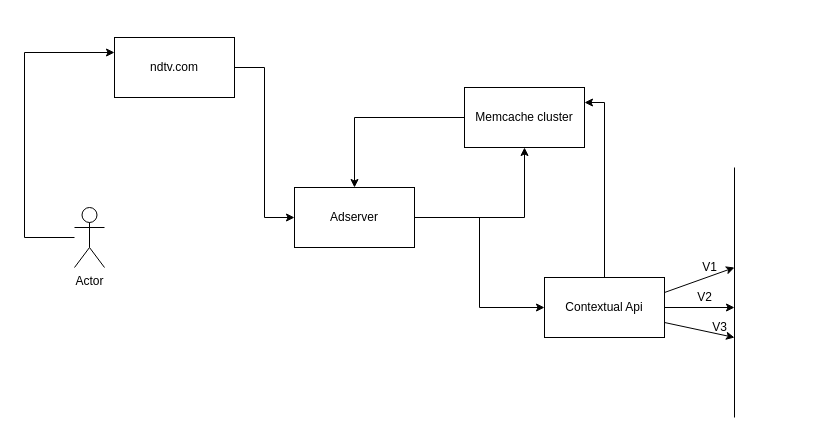
Earlier version of the draw.io diagram old_arch.drawio (ashtnemi448/Ashtnemi-System-Design). Source tidied: cells renumbered, new cells numbered last; positions are measured from the earlier drawing's top-left corner, leaving out a move shared by most shapes. Both pictures are drawn from the tidied source at 100%, with x=0, y=0 at pixel (24, 37).
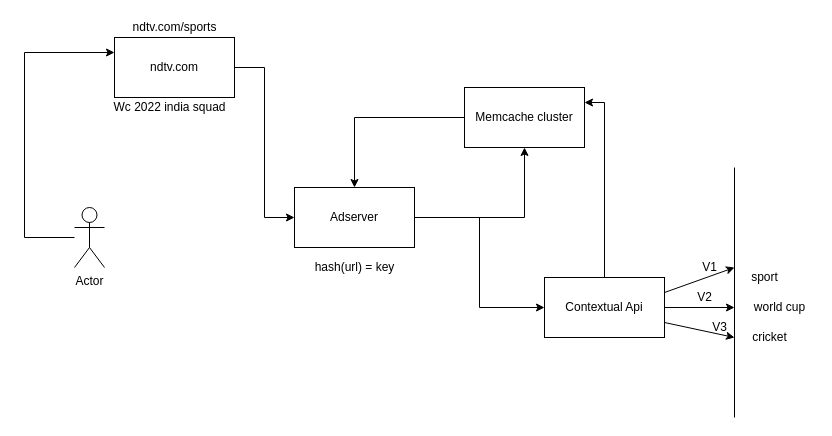
The same diagram, later.

The edit, as a diff of the source:
```diff
@@
+    <mxCell id="20" value="ndtv.com/sports" style="text;html=1;align=center;verticalAlign=middle;strokeColor=none;fillColor=none;" parent="1" vertex="1">
+      <mxGeometry x="100" y="-20" width="100" height="20" as="geometry" />
+    </mxCell>
+    <mxCell id="21" value="Wc 2022 india squad" style="text;html=1;align=center;verticalAlign=middle;strokeColor=none;fillColor=none;" parent="1" vertex="1">
+      <mxGeometry x="80" y="60" width="130" height="20" as="geometry" />
+    </mxCell>
+    <mxCell id="22" value="hash(url) = key" style="text;html=1;align=center;verticalAlign=middle;strokeColor=none;fillColor=none;" parent="1" vertex="1">
+      <mxGeometry x="280" y="220" width="100" height="20" as="geometry" />
+    </mxCell>
+    <mxCell id="23" value="sport" style="text;html=1;align=center;verticalAlign=middle;strokeColor=none;fillColor=none;" parent="1" vertex="1">
+      <mxGeometry x="720" y="230" width="40" height="20" as="geometry" />
+    </mxCell>
+    <mxCell id="24" value="world cup" style="text;html=1;align=center;verticalAlign=middle;strokeColor=none;fillColor=none;" parent="1" vertex="1">
+      <mxGeometry x="720" y="260" width="70" height="20" as="geometry" />
+    </mxCell>
+    <mxCell id="25" value="cricket" style="text;html=1;align=center;verticalAlign=middle;strokeColor=none;fillColor=none;" parent="1" vertex="1">
+      <mxGeometry x="720" y="290" width="50" height="20" as="geometry" />
+    </mxCell>
```
